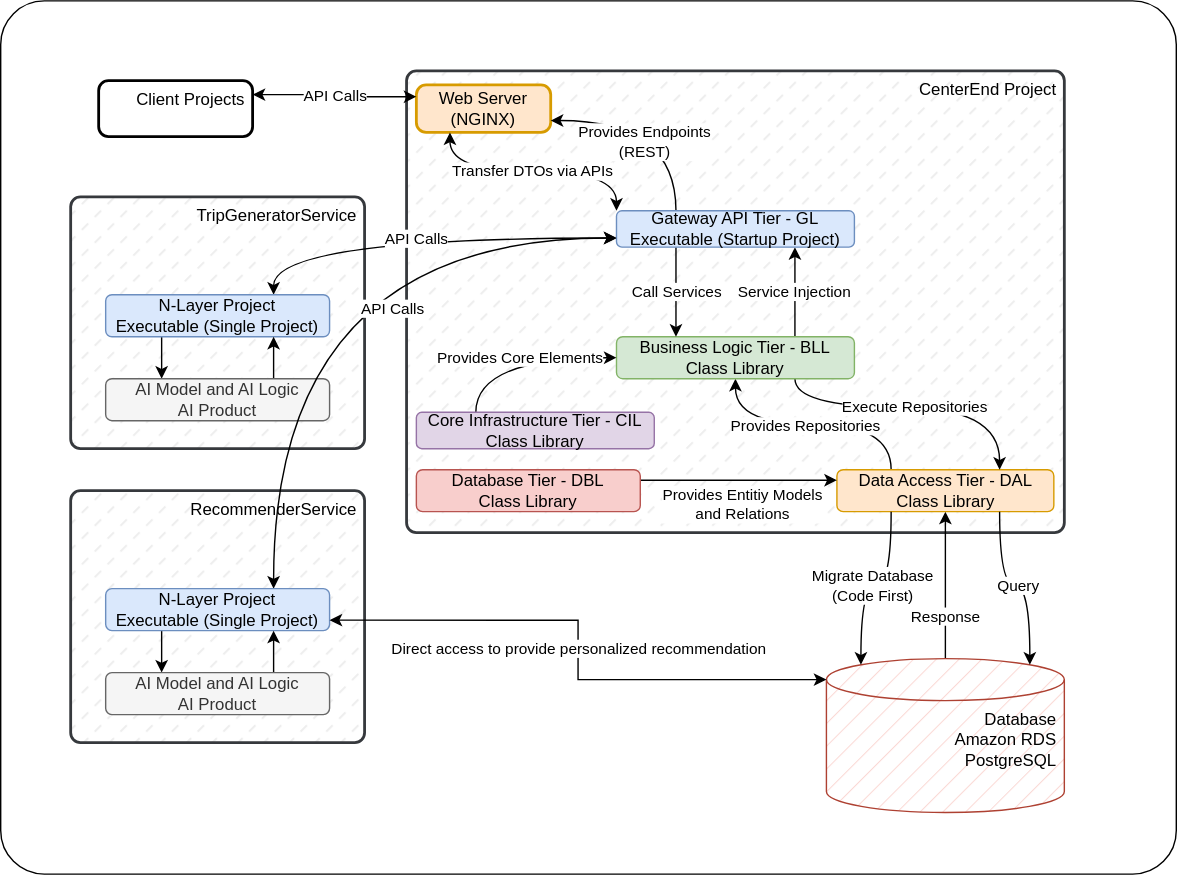
KahlerYasla/wayou-lt keeps this draw.io diagram as software_architecture.svg. Above is the earlier version. Source tidied: cells renumbered, new cells last; positions are measured from the earlier drawing's top-left corner, leaving out a move shared by most shapes.
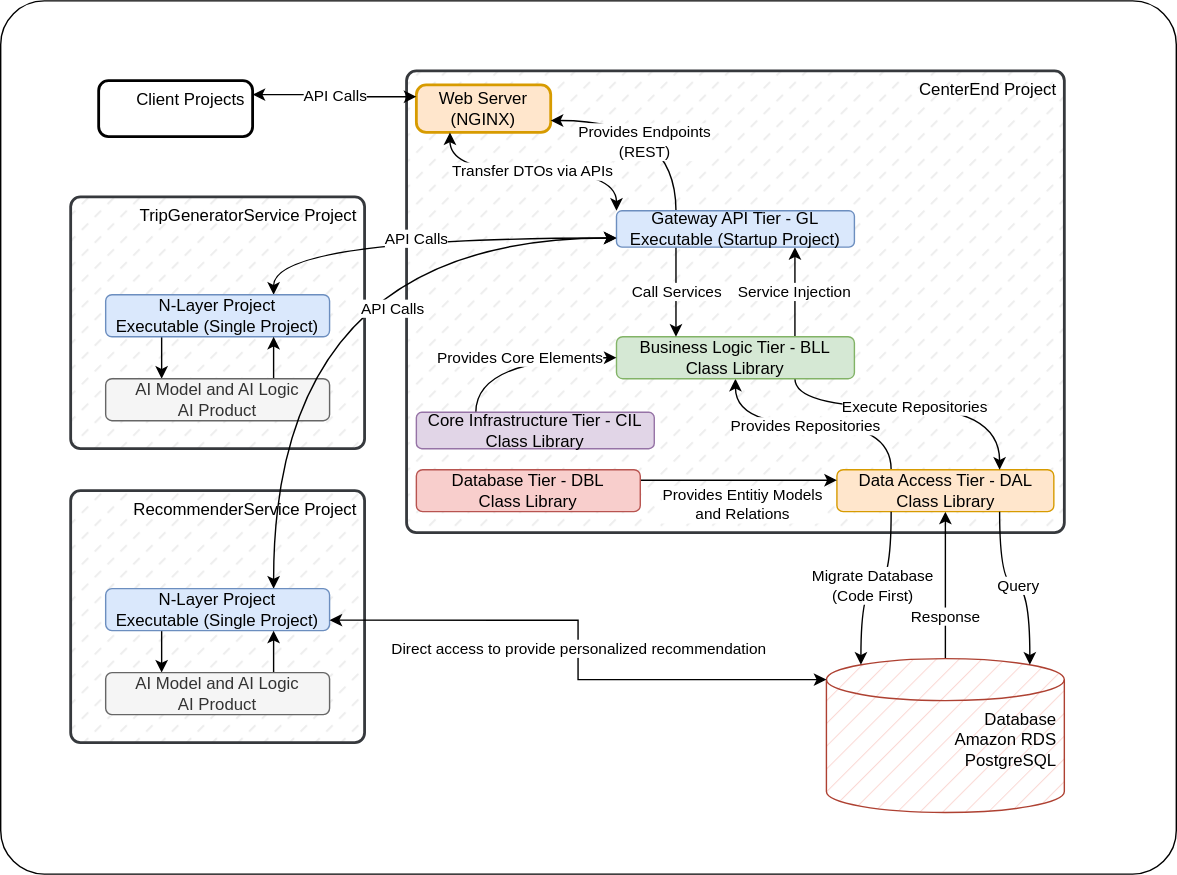
The same diagram one commit later.

Change to the diagram source:
```diff
@@ -20,7 +20,7 @@
     <mxCell id="7" value="Database&amp;nbsp;&lt;br style=&quot;border-color: var(--border-color); padding: 0px; margin: 0px;&quot;&gt;Amazon RDS&amp;nbsp;&lt;br&gt;&lt;div style=&quot;&quot;&gt;&lt;span style=&quot;background-color: initial;&quot;&gt;PostgreSQL&amp;nbsp;&lt;/span&gt;&lt;/div&gt;" style="shape=cylinder3;whiteSpace=wrap;html=1;boundedLbl=1;backgroundOutline=1;size=15;align=right;verticalAlign=top;fillColor=#fad9d5;strokeColor=#ae4132;fillStyle=hatch;" parent="1" vertex="1">
       <mxGeometry x="590" y="470" width="170" height="110" as="geometry" />
     </mxCell>
-    <mxCell id="8" value="TripGeneratorService " style="rounded=1;absoluteArcSize=1;arcSize=14;whiteSpace=wrap;strokeWidth=2;align=right;verticalAlign=top;fillStyle=dashed;fillColor=#eeeeee;strokeColor=#36393d;" parent="1" vertex="1">
+    <mxCell id="8" value="TripGeneratorService Project " style="rounded=1;absoluteArcSize=1;arcSize=14;whiteSpace=wrap;strokeWidth=2;align=right;verticalAlign=top;fillStyle=dashed;fillColor=#eeeeee;strokeColor=#36393d;" parent="1" vertex="1">
       <mxGeometry x="50" y="140" width="210" height="180" as="geometry" />
     </mxCell>
     <mxCell id="9" style="edgeStyle=orthogonalEdgeStyle;rounded=0;jettySize=auto;html=1;exitX=0.25;exitY=0;exitDx=0;exitDy=0;entryX=0.5;entryY=1;entryDx=0;entryDy=0;curved=1;" parent="1" edge="1" source="11" target="14">
@@ -100,7 +100,7 @@
     <mxCell id="30" value="Core Infrastructure Tier - CIL&lt;br&gt;Class Library" style="rounded=1;whiteSpace=wrap;html=1;fillColor=#e1d5e7;strokeColor=#9673a6;" parent="1" vertex="1">
       <mxGeometry x="297" y="294" width="170" height="26" as="geometry" />
     </mxCell>
-    <mxCell id="31" value="RecommenderService " style="rounded=1;absoluteArcSize=1;arcSize=14;whiteSpace=wrap;strokeWidth=2;align=right;verticalAlign=top;fillStyle=dashed;fillColor=#eeeeee;strokeColor=#36393d;" parent="1" vertex="1">
+    <mxCell id="31" value="RecommenderService Project " style="rounded=1;absoluteArcSize=1;arcSize=14;whiteSpace=wrap;strokeWidth=2;align=right;verticalAlign=top;fillStyle=dashed;fillColor=#eeeeee;strokeColor=#36393d;" parent="1" vertex="1">
       <mxGeometry x="50" y="350" width="210" height="180" as="geometry" />
     </mxCell>
     <mxCell id="32" style="edgeStyle=orthogonalEdgeStyle;rounded=0;jettySize=auto;html=1;exitX=0.25;exitY=1;exitDx=0;exitDy=0;entryX=0.25;entryY=0;entryDx=0;entryDy=0;" parent="1" edge="1" source="34" target="36">
```
